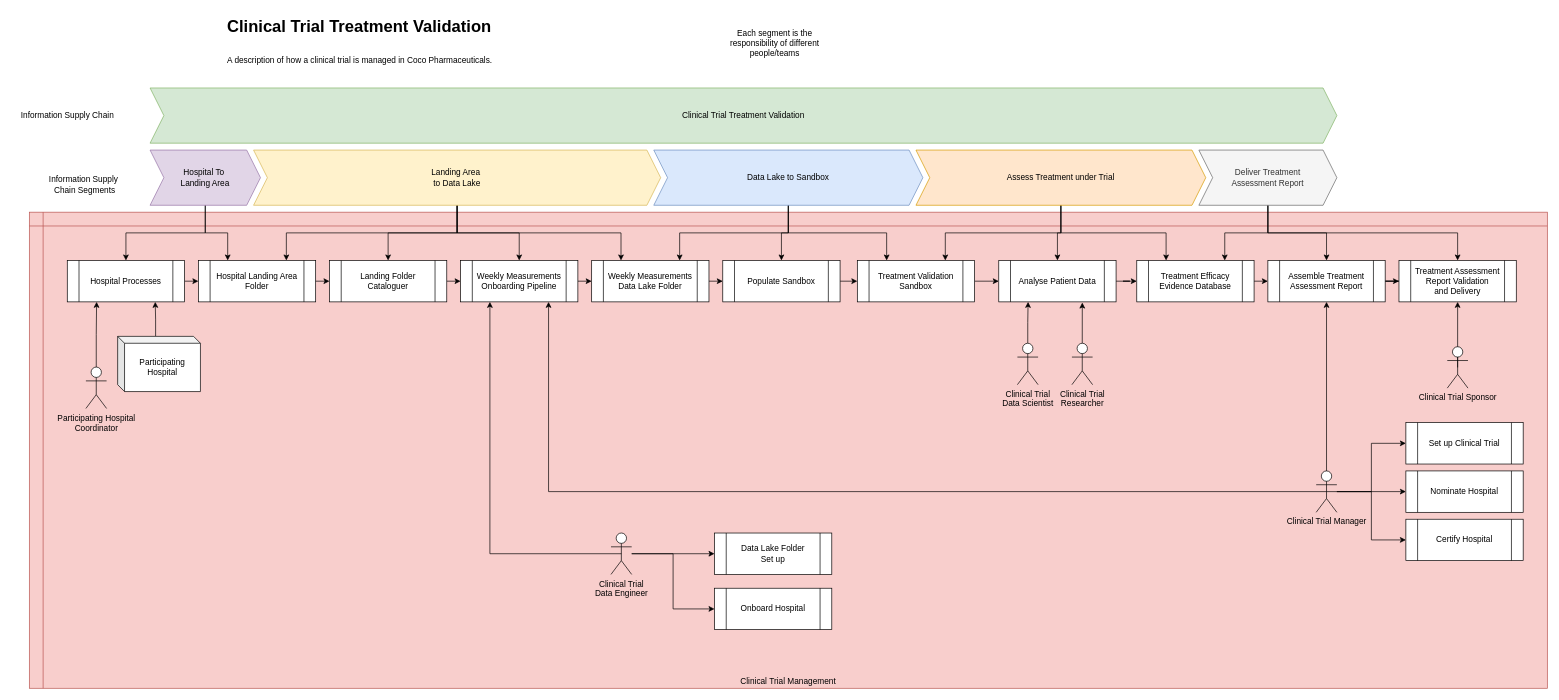
This is page "solution-components" (7 of 7) of open-metadata-resources/open-metadata-samples/sample-metadata/coco-metadata-archives/docs/coco-metadata-archives.drawio from odpi/egeria, a draw.io file, before an edit. Source tidied: cells renumbered, new cells numbered last; positions are measured from the earlier drawing's top-left corner, leaving out a move shared by most shapes. Both pictures are drawn from the tidied source at 69%, with x=0, y=0 at pixel (12, 12).
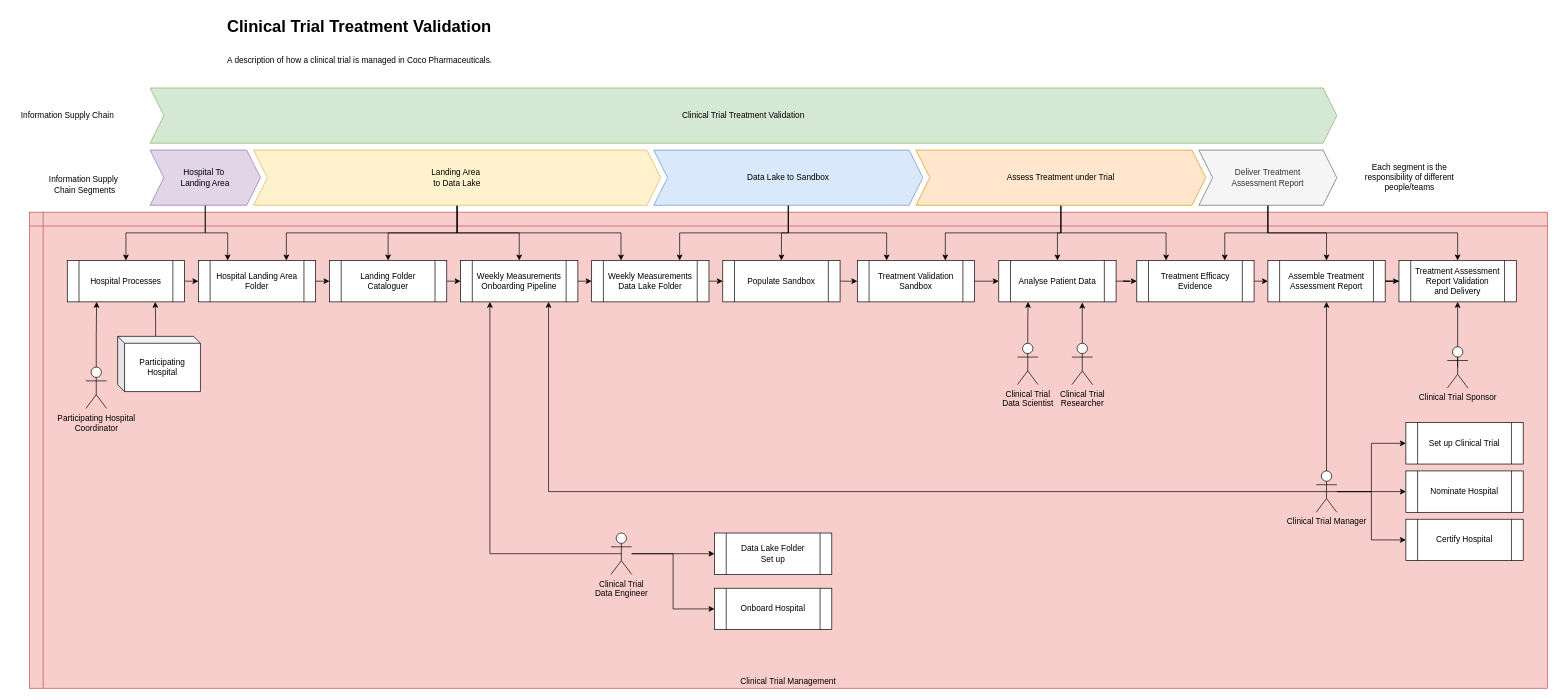
The same page after the edit.

The edit, as a diff of the source:
```diff
@@
     <mxCell id="47" value="Each segment is the&lt;div&gt;responsibility of different&lt;/div&gt;&lt;div&gt;people/teams&lt;/div&gt;" style="text;html=1;align=center;verticalAlign=middle;strokeColor=none;fillColor=none;" parent="1" vertex="1">
-      <mxGeometry x="1030" y="15" width="150" height="60" as="geometry" />
+      <mxGeometry x="1950" y="210" width="150" height="60" as="geometry" />
     </mxCell>
@@
-    <mxCell id="59" value="Treatment Efficacy&lt;div&gt;Evidence Database&lt;/div&gt;" style="shape=process;whiteSpace=wrap;html=1;backgroundOutline=1;" parent="1" vertex="1">
+    <mxCell id="59" value="Treatment Efficacy&lt;div&gt;Evidence&lt;/div&gt;" style="shape=process;whiteSpace=wrap;html=1;backgroundOutline=1;" parent="1" vertex="1">
       <mxGeometry x="1630" y="360" width="170" height="60" as="geometry" />
     </mxCell>
```
